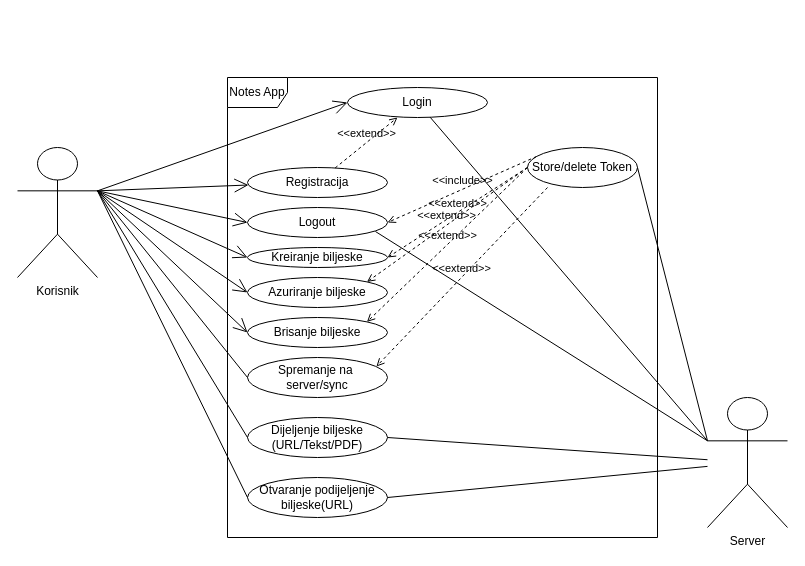
Earlier version of the draw.io diagram NotesApp.drawio.xml (eedke/PIS-notes). Source tidied: cells renumbered, new cells numbered last; positions are measured from the earlier drawing's top-left corner, leaving out a move shared by most shapes. Both pictures are drawn from the tidied source at 100%, with x=0, y=0 at pixel (17, 77).
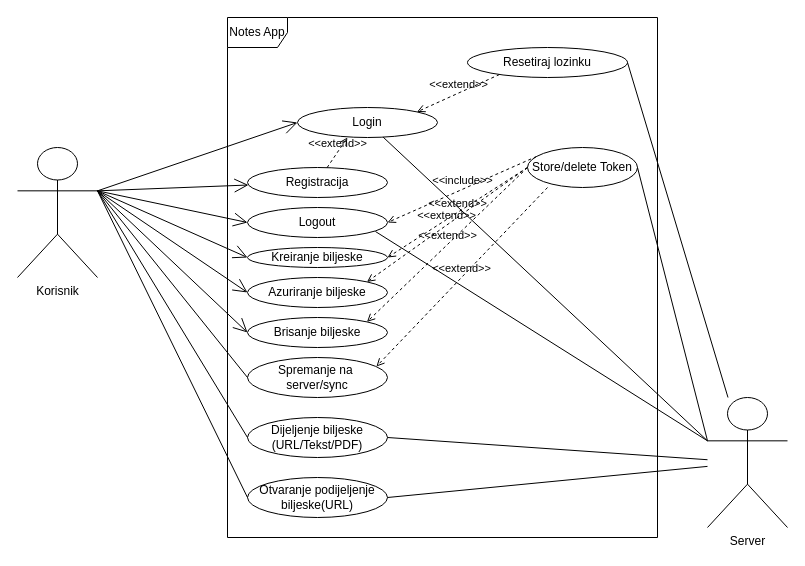
The same diagram, later.

Commit message:
Add reset password use-case

The change refers to these unchanged cells:
```xml
<mxCell id="4" value="Server" style="shape=umlActor;verticalLabelPosition=bottom;verticalAlign=top;html=1;" parent="1" vertex="1">
  <mxGeometry x="690" y="320" width="80" height="130" as="geometry" />
</mxCell>
```

What changed in the source:
```diff
@@
     <mxCell id="2" value="Notes App" style="shape=umlFrame;whiteSpace=wrap;html=1;" parent="1" vertex="1">
-      <mxGeometry x="210" width="430" height="460" as="geometry" />
+      <mxGeometry x="210" y="-60" width="430" height="520" as="geometry" />
     </mxCell>
@@
     <mxCell id="5" value="Login" style="ellipse;whiteSpace=wrap;html=1;" parent="1" vertex="1">
-      <mxGeometry x="330" y="10" width="140" height="30" as="geometry" />
+      <mxGeometry x="280" y="30" width="140" height="30" as="geometry" />
     </mxCell>
@@
+    <mxCell id="35" value="Resetiraj lozinku" style="ellipse;whiteSpace=wrap;html=1;" parent="1" vertex="1">
+      <mxGeometry x="450" y="-30" width="160" height="30" as="geometry" />
+    </mxCell>
+    <mxCell id="36" value="&amp;lt;&amp;lt;extend&amp;gt;&amp;gt;" style="html=1;verticalAlign=bottom;labelBackgroundColor=none;endArrow=open;endFill=0;dashed=1;rounded=0;entryX=1;entryY=0;entryDx=0;entryDy=0;exitX=0.2;exitY=0.9;exitDx=0;exitDy=0;exitPerimeter=0;" parent="1" edge="1" source="35" target="5">
+      <mxGeometry relative="1" as="geometry" />
+    </mxCell>
+    <mxCell id="37" style="endArrow=none;html=1;rounded=0;entryX=1;entryY=0.5;entryDx=0;entryDy=0;" parent="1" edge="1" source="4" target="35">
+      <mxGeometry relative="1" as="geometry" />
+    </mxCell>
```
